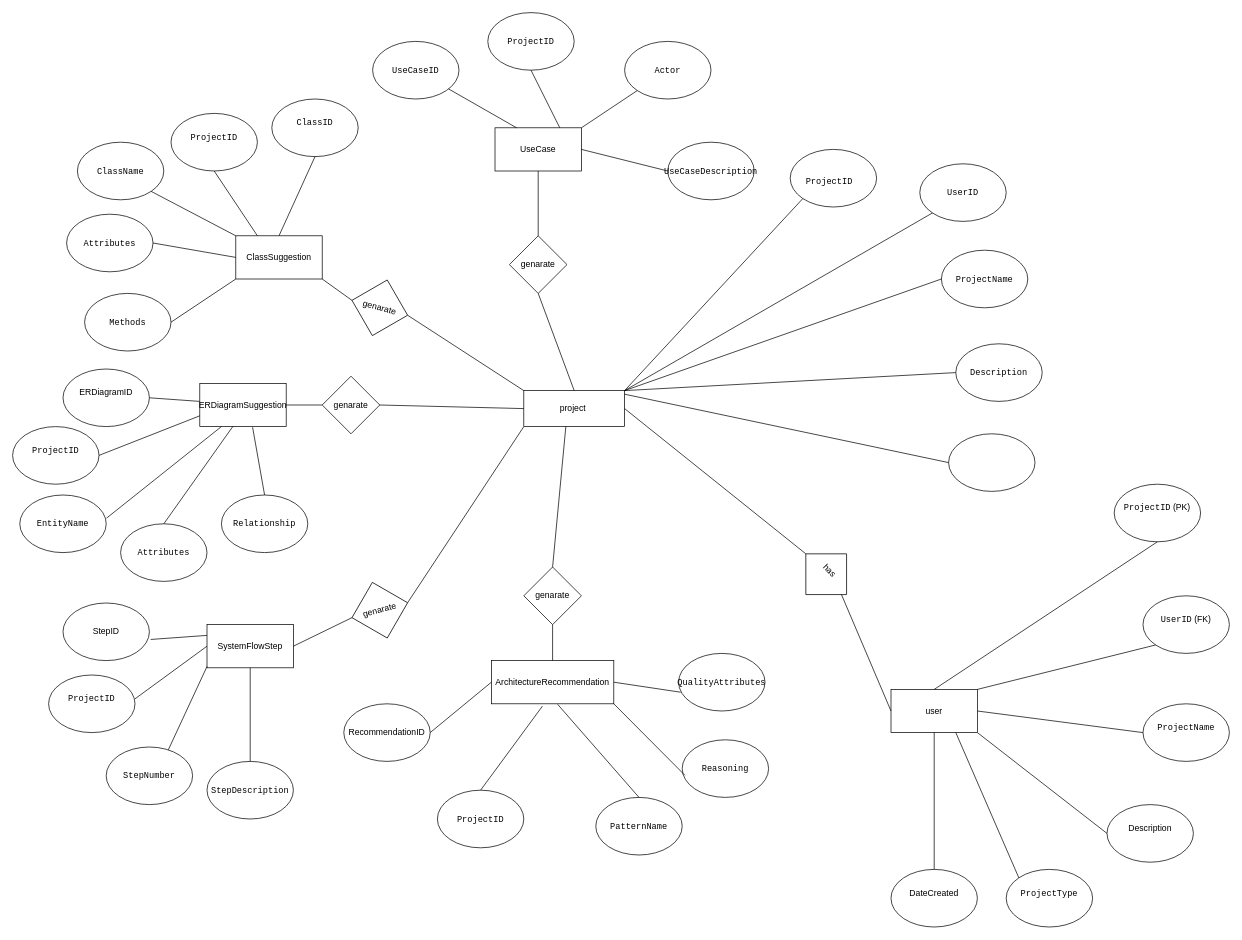
This is diagrams/ER diagram.drawio from chamodyashakunthala/AI-Architecture-Assistant-Bot, a draw.io file, before an edit. Source tidied: cells renumbered, new cells numbered last; positions are measured from the earlier drawing's top-left corner, leaving out a move shared by most shapes. Both pictures are drawn from the tidied source at 72%, with x=0, y=0 at pixel (12, 12).
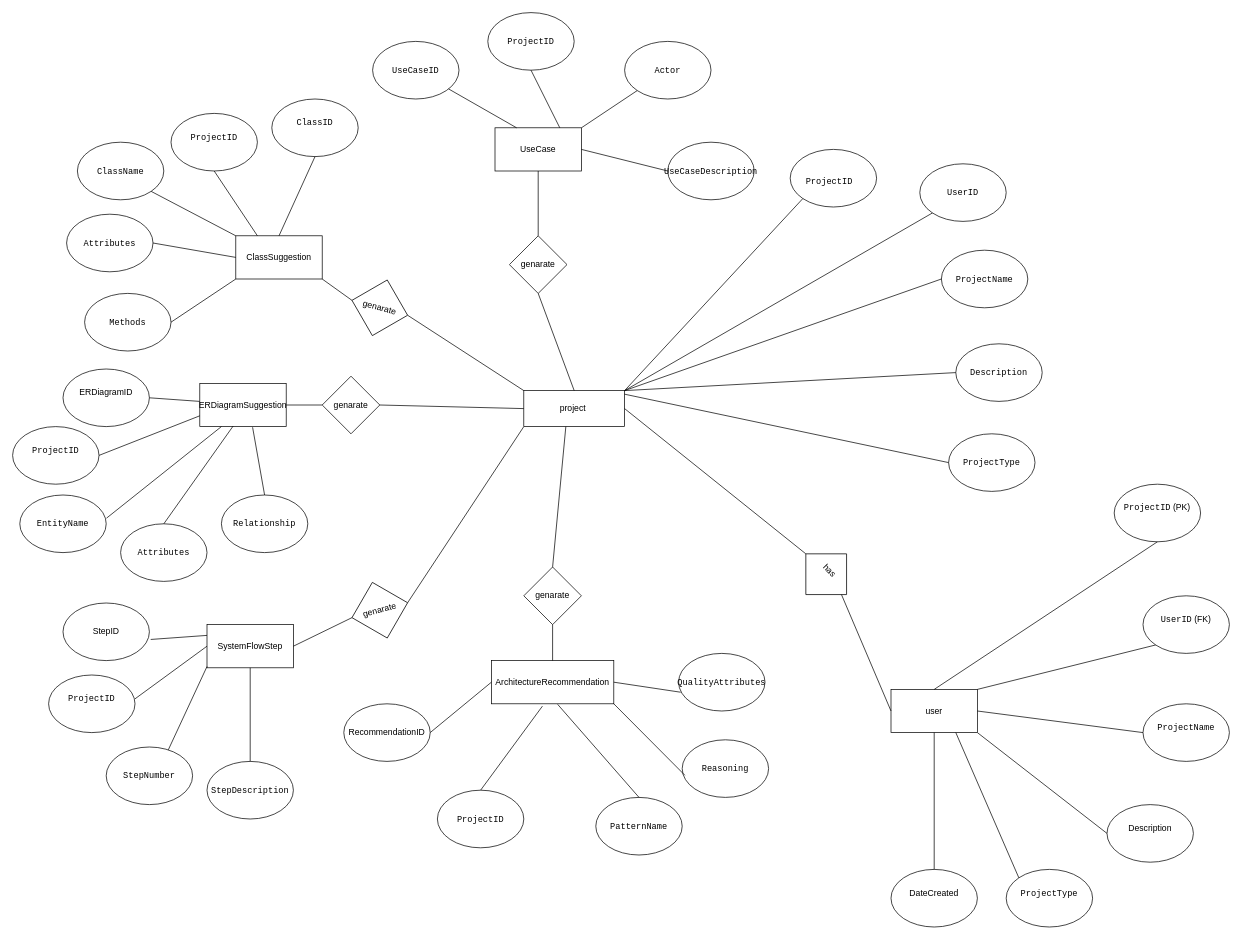
The same diagram, later.

Change to the diagram source:
```diff
@@
-    <mxCell id="88" style="ellipse;whiteSpace=wrap;html=1;" parent="1" vertex="1">
+    <mxCell id="88" value="&lt;code&gt;ProjectType&lt;/code&gt;" style="ellipse;whiteSpace=wrap;html=1;" parent="1" vertex="1">
       <mxGeometry x="1300" y="585" width="120" height="80" as="geometry" />
     </mxCell>
```
